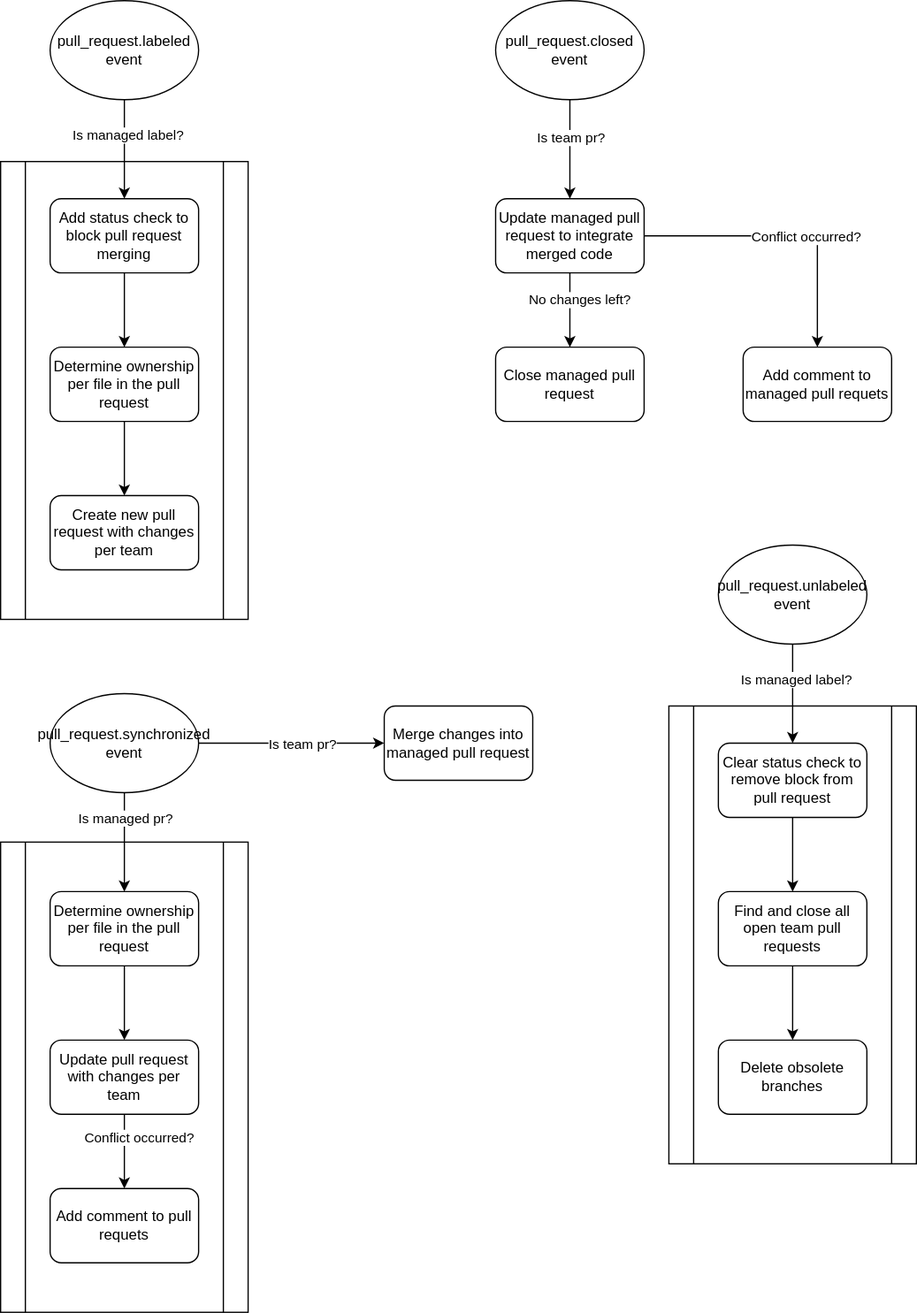
This is docs/process.drawio.svg from KnisterPeter/rezensent, a draw.io export, as it was before one commit. Source tidied: cells renumbered, new cells last; positions are measured from the earlier drawing's top-left corner, leaving out a move shared by most shapes.
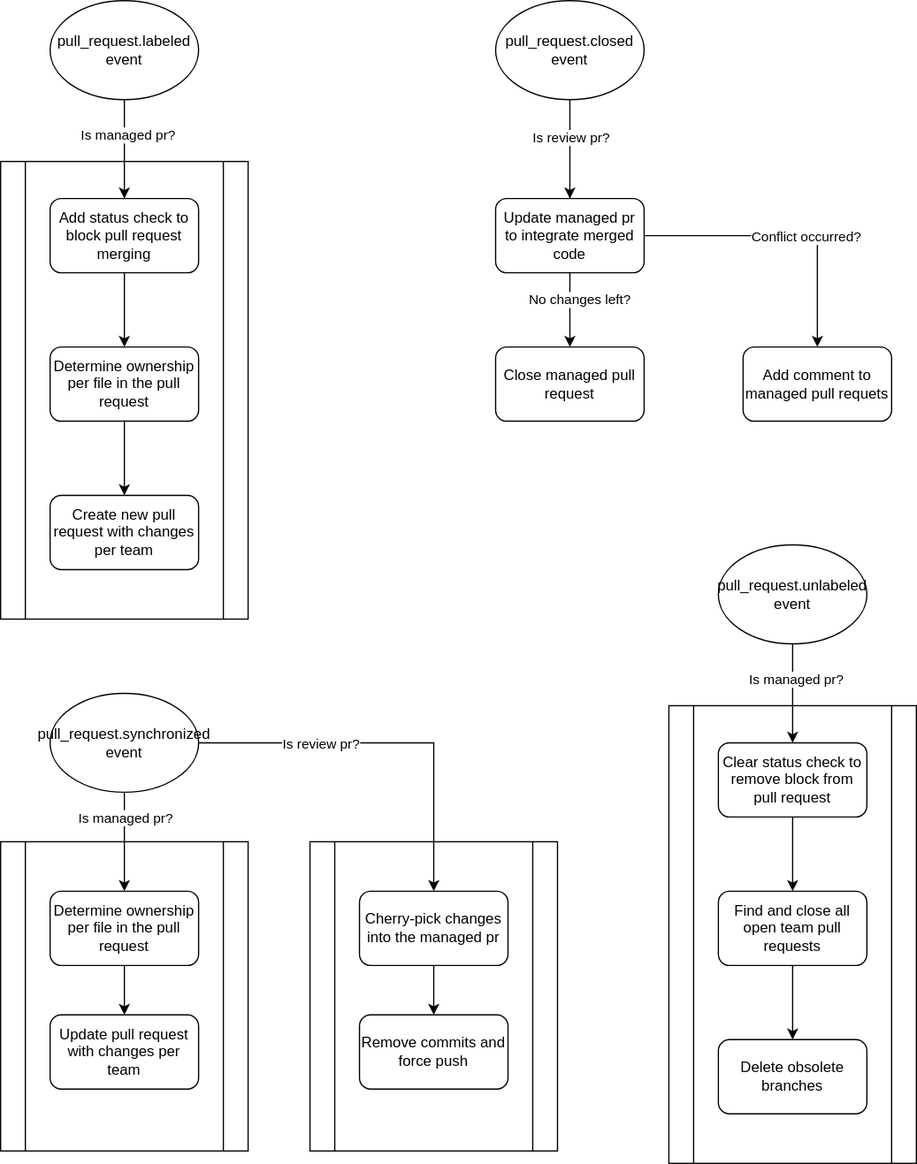
Later version of the same file.

Commit message:
docs: update flow to be correct

Diff of the diagram source:
```diff
@@ -2,8 +2,11 @@
   <root>
     <mxCell id="0" />
     <mxCell id="1" parent="0" />
+    <mxCell id="43" style="shape=process;whiteSpace=wrap;html=1;backgroundOutline=1;" parent="1" vertex="1">
+      <mxGeometry x="250" y="680" width="200" height="250" as="geometry" />
+    </mxCell>
     <mxCell id="2" style="shape=process;whiteSpace=wrap;html=1;backgroundOutline=1;" parent="1" vertex="1">
-      <mxGeometry y="680" width="200" height="380" as="geometry" />
+      <mxGeometry y="680" width="200" height="250" as="geometry" />
     </mxCell>
     <mxCell id="3" style="shape=process;whiteSpace=wrap;html=1;backgroundOutline=1;" parent="1" vertex="1">
       <mxGeometry y="130" width="200" height="370" as="geometry" />
@@ -39,7 +42,7 @@
         <mxPoint x="46" y="1" as="offset" />
       </mxGeometry>
     </mxCell>
-    <mxCell id="13" value="Update managed pull request to integrate merged code" style="rounded=1;whiteSpace=wrap;html=1;" parent="1" vertex="1">
+    <mxCell id="13" value="Update managed pr to integrate merged code" style="rounded=1;whiteSpace=wrap;html=1;" parent="1" vertex="1">
       <mxGeometry x="400" y="160" width="120" height="60" as="geometry" />
     </mxCell>
     <mxCell id="14" value="Close managed pull request" style="rounded=1;whiteSpace=wrap;html=1;" parent="1" vertex="1">
@@ -48,7 +51,7 @@
     <mxCell id="15" style="edgeStyle=orthogonalEdgeStyle;rounded=0;jettySize=auto;html=1;entryX=0.5;entryY=0;entryDx=0;entryDy=0;" parent="1" edge="1" source="17" target="5">
       <mxGeometry relative="1" as="geometry" />
     </mxCell>
-    <mxCell id="16" value="Is managed label?" style="edgeLabel;html=1;align=center;verticalAlign=middle;" parent="15" vertex="1">
+    <mxCell id="16" value="Is managed pr?" style="edgeLabel;html=1;align=center;verticalAlign=middle;" parent="15" vertex="1">
       <mxGeometry x="-0.3" y="2" relative="1" as="geometry" />
     </mxCell>
     <mxCell id="17" value="pull_request.labeled event" style="ellipse;whiteSpace=wrap;html=1;" parent="1" vertex="1">
@@ -57,7 +60,7 @@
     <mxCell id="18" style="edgeStyle=orthogonalEdgeStyle;rounded=0;jettySize=auto;html=1;entryX=0.5;entryY=0;entryDx=0;entryDy=0;" parent="1" edge="1" source="20" target="13">
       <mxGeometry relative="1" as="geometry" />
     </mxCell>
-    <mxCell id="19" value="Is team pr?" style="edgeLabel;html=1;align=center;verticalAlign=middle;" parent="18" vertex="1">
+    <mxCell id="19" value="Is review pr?" style="edgeLabel;html=1;align=center;verticalAlign=middle;" parent="18" vertex="1">
       <mxGeometry x="-0.24" relative="1" as="geometry" />
     </mxCell>
     <mxCell id="20" value="pull_request.closed event" style="ellipse;whiteSpace=wrap;html=1;" parent="1" vertex="1">
@@ -74,12 +77,12 @@
         <mxPoint x="2" y="-10" as="offset" />
       </mxGeometry>
     </mxCell>
-    <mxCell id="24" style="edgeStyle=orthogonalEdgeStyle;rounded=0;jettySize=auto;html=1;entryX=0;entryY=0.5;entryDx=0;entryDy=0;" parent="1" edge="1" source="26" target="33">
+    <mxCell id="24" style="edgeStyle=orthogonalEdgeStyle;rounded=0;jettySize=auto;html=1;entryX=0.5;entryY=0;entryDx=0;entryDy=0;" parent="1" edge="1" source="26" target="33">
       <mxGeometry relative="1" as="geometry" />
     </mxCell>
-    <mxCell id="25" value="Is team pr?" style="edgeLabel;html=1;align=center;verticalAlign=middle;" parent="24" vertex="1">
+    <mxCell id="25" value="Is review pr?" style="edgeLabel;html=1;align=center;verticalAlign=middle;" parent="24" vertex="1">
       <mxGeometry x="-0.33" y="-3" relative="1" as="geometry">
-        <mxPoint x="33" y="-3" as="offset" />
+        <mxPoint x="-6" y="-3" as="offset" />
       </mxGeometry>
     </mxCell>
     <mxCell id="26" value="pull_request.synchronized event&lt;br&gt;" style="ellipse;whiteSpace=wrap;html=1;direction=west;" parent="1" vertex="1">
@@ -91,22 +94,14 @@
     <mxCell id="28" value="&lt;span&gt;Determine ownership per file in the pull request&lt;/span&gt;" style="rounded=1;whiteSpace=wrap;html=1;" parent="1" vertex="1">
       <mxGeometry x="40" y="720" width="120" height="60" as="geometry" />
     </mxCell>
-    <mxCell id="29" style="edgeStyle=orthogonalEdgeStyle;rounded=0;jettySize=auto;html=1;" parent="1" edge="1" source="31" target="32">
-      <mxGeometry relative="1" as="geometry" />
-    </mxCell>
-    <mxCell id="30" value="Conflict occurred?" style="edgeLabel;html=1;align=center;verticalAlign=middle;" parent="29" vertex="1">
-      <mxGeometry x="-0.3" y="-3" relative="1" as="geometry">
-        <mxPoint x="14" y="-3" as="offset" />
-      </mxGeometry>
-    </mxCell>
     <mxCell id="31" value="Update pull request with changes per team" style="rounded=1;whiteSpace=wrap;html=1;" parent="1" vertex="1">
-      <mxGeometry x="40" y="840" width="120" height="60" as="geometry" />
+      <mxGeometry x="40" y="820" width="120" height="60" as="geometry" />
     </mxCell>
-    <mxCell id="32" value="&lt;span&gt;Add comment to pull requets&lt;/span&gt;" style="whiteSpace=wrap;html=1;rounded=1;" parent="1" vertex="1">
-      <mxGeometry x="40" y="960" width="120" height="60" as="geometry" />
-    </mxCell>
+    <mxCell id="44" style="edgeStyle=orthogonalEdgeStyle;rounded=0;jettySize=auto;html=1;" parent="1" edge="1" source="33" target="45">
+      <mxGeometry relative="1" as="geometry" />
+    </mxCell>
-    <mxCell id="33" value="Merge changes into managed pull request" style="rounded=1;whiteSpace=wrap;html=1;" parent="1" vertex="1">
-      <mxGeometry x="310" y="570" width="120" height="60" as="geometry" />
+    <mxCell id="33" value="Cherry-pick changes into the managed pr" style="rounded=1;whiteSpace=wrap;html=1;" parent="1" vertex="1">
+      <mxGeometry x="290" y="720" width="120" height="60" as="geometry" />
     </mxCell>
     <mxCell id="34" style="shape=process;whiteSpace=wrap;html=1;backgroundOutline=1;" parent="1" vertex="1">
       <mxGeometry x="540" y="570" width="200" height="370" as="geometry" />
@@ -129,11 +124,14 @@
     <mxCell id="40" style="edgeStyle=orthogonalEdgeStyle;rounded=0;jettySize=auto;html=1;entryX=0.5;entryY=0;entryDx=0;entryDy=0;" parent="1" edge="1" source="42" target="36">
       <mxGeometry relative="1" as="geometry" />
     </mxCell>
-    <mxCell id="41" value="Is managed label?" style="edgeLabel;html=1;align=center;verticalAlign=middle;" parent="40" vertex="1">
+    <mxCell id="41" value="Is managed pr?" style="edgeLabel;html=1;align=center;verticalAlign=middle;" parent="40" vertex="1">
       <mxGeometry x="-0.3" y="2" relative="1" as="geometry" />
     </mxCell>
     <mxCell id="42" value="pull_request.unlabeled event" style="ellipse;whiteSpace=wrap;html=1;" parent="1" vertex="1">
       <mxGeometry x="580" y="440" width="120" height="80" as="geometry" />
     </mxCell>
+    <mxCell id="45" value="Remove commits and force push" style="whiteSpace=wrap;html=1;rounded=1;" parent="1" vertex="1">
+      <mxGeometry x="290" y="820" width="120" height="60" as="geometry" />
+    </mxCell>
   </root>
 </mxGraphModel>
```
